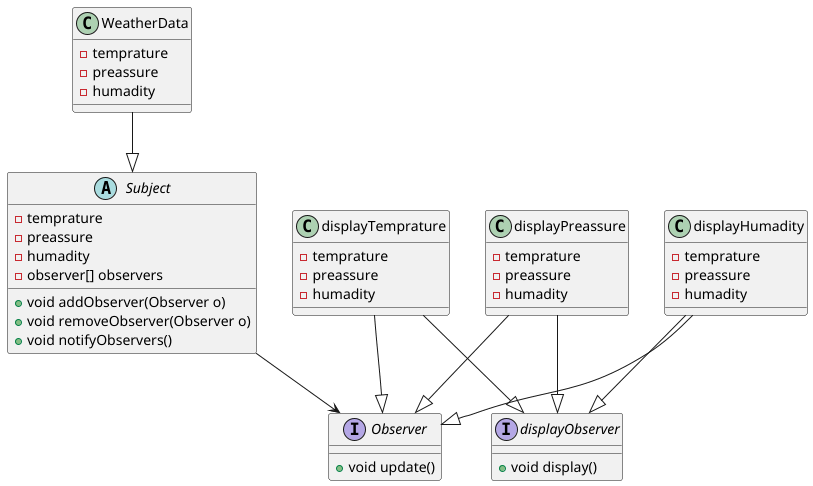
The PlantUML diagram observerPattern/docs/uml/observerPattern-0.png in aamer867/designPatterns, before a commit.
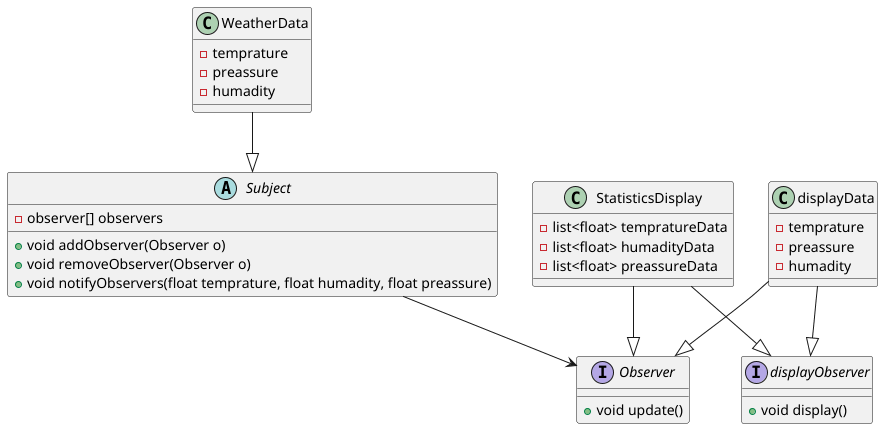
After the change.

Diff of the diagram source:
```diff
@@ -1,14 +1,11 @@
 @startuml
 abstract class Subject {
 
-    - temprature
-    - preassure
-    - humadity
     - observer[] observers
 
     + void addObserver(Observer o)
     + void removeObserver(Observer o)
-    + void notifyObservers()
+    + void notifyObservers(float temprature, float humadity, float preassure)
 }
 
 interface Observer{
@@ -28,28 +25,19 @@
 Subject --> Observer
 WeatherData --|> Subject
 
-class displayTemprature {
+class displayData {
     - temprature
     - preassure
     - humadity
 }
-displayTemprature --|> displayObserver
-displayTemprature --|> Observer
+displayData --|> displayObserver
+displayData --|> Observer
 
-class displayPreassure {
-    - temprature
-    - preassure
-    - humadity
+class StatisticsDisplay {
+    - list<float> tempratureData
+    - list<float> humadityData
+    - list<float> preassureData
 }
-displayPreassure --|> displayObserver
-displayPreassure --|> Observer
-
-class displayHumadity {
-    - temprature
-    - preassure
-    - humadity
-}
-displayHumadity --|> displayObserver
-displayHumadity --|> Observer
-
+StatisticsDisplay --|> displayObserver
+StatisticsDisplay --|> Observer
 @enduml
```
